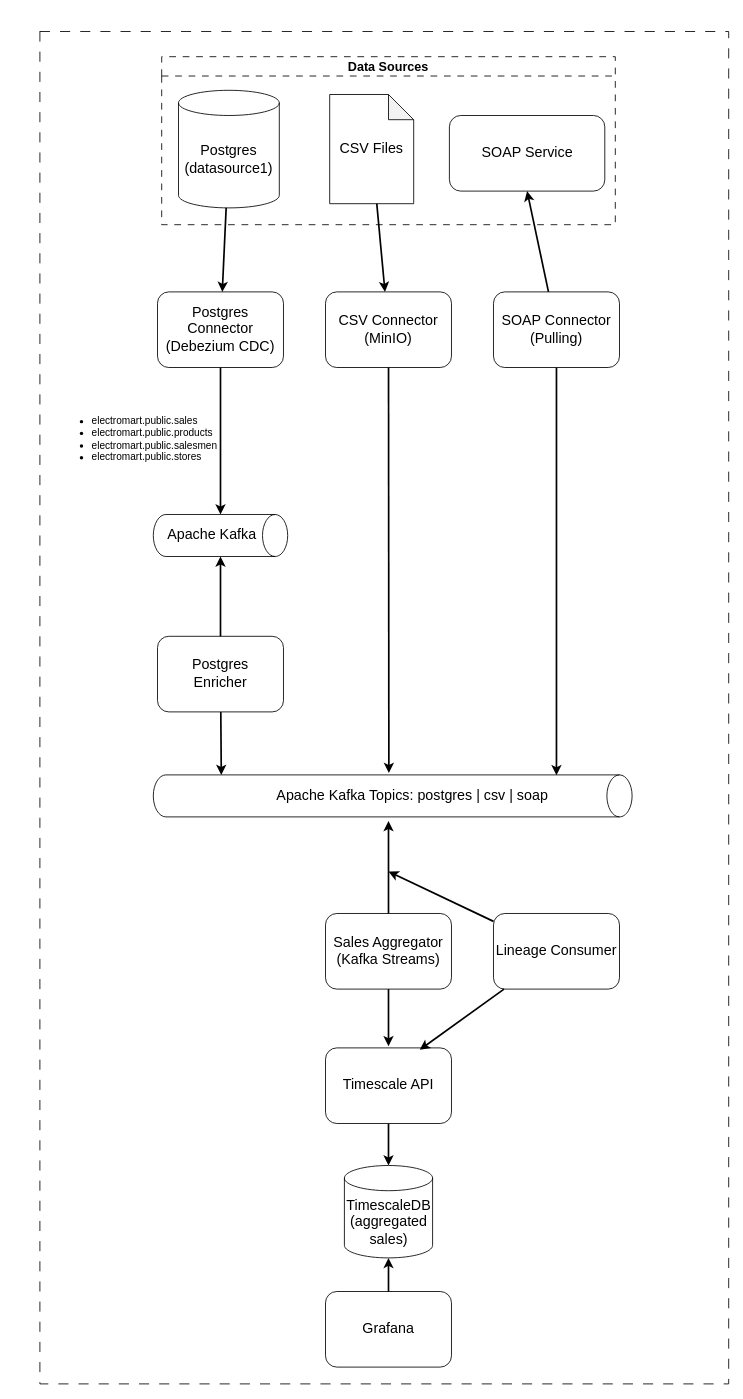
Earlier version of the draw.io diagram data/salesman-kata-v2/diagrams/solutions.drawio (codegik/team-red). Source tidied: cells renumbered, new cells numbered last; positions are measured from the earlier drawing's top-left corner, leaving out a move shared by most shapes. Both pictures are drawn from the tidied source at 84%, with x=0, y=0 at pixel (39, 31).
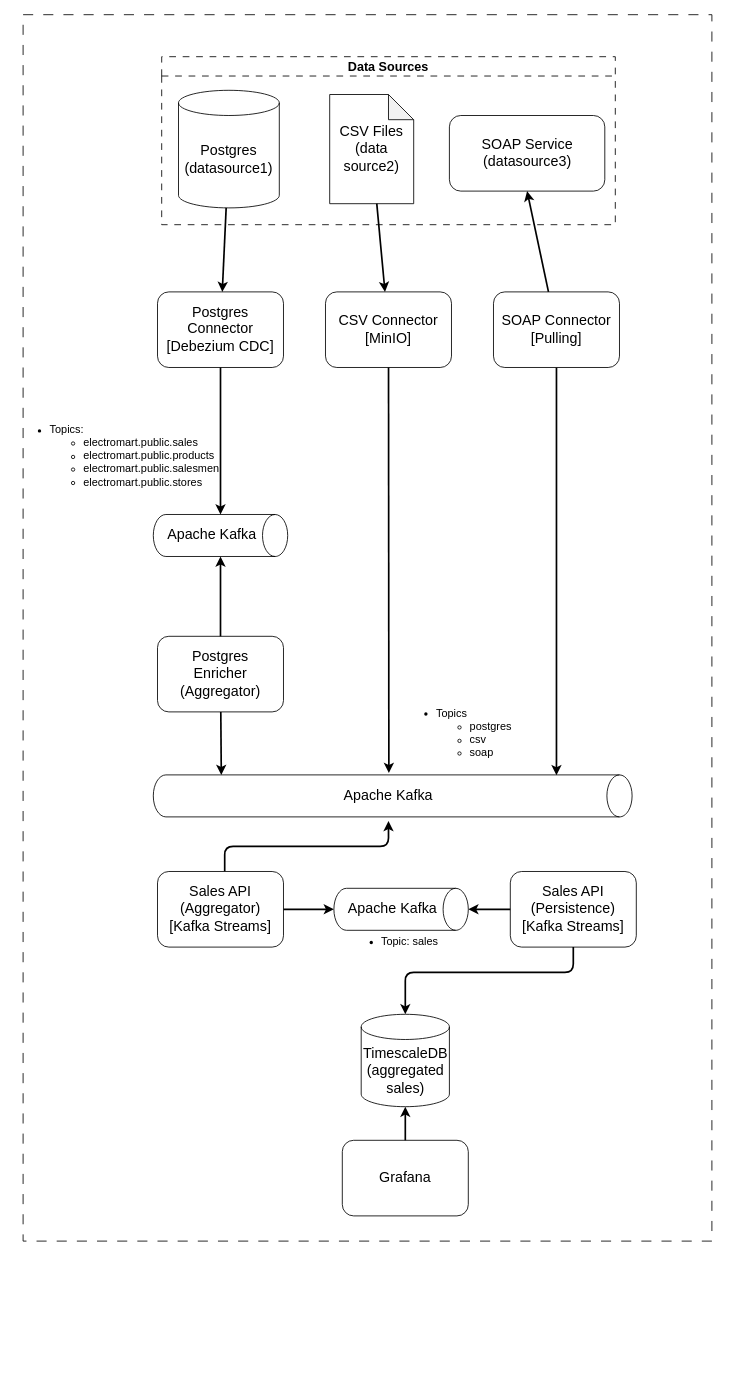
After the change.

Commit message (it also covers changes not shown here):
refact: refactor diagram

The change refers to these unchanged cells:
```xml
<mxCell id="3" value="&lt;font style=&quot;font-size: 15px;&quot;&gt;Data Sources&lt;/font&gt;" style="swimlane;whiteSpace=wrap;html=1;dashed=1;dashPattern=8 8;" parent="1" vertex="1">
  <mxGeometry x="145" y="30" width="540" height="200" as="geometry" />
</mxCell>
```

Change to the diagram source:
```diff
@@
     <mxCell id="2" style="rounded=0;whiteSpace=wrap;html=1;dashed=1;dashPattern=12 12;" parent="1" vertex="1">
-      <mxGeometry width="820" height="1610" as="geometry" />
+      <mxGeometry x="-20" y="-20" width="820" height="1460" as="geometry" />
     </mxCell>
@@
-    <mxCell id="5" value="&lt;font style=&quot;font-size: 17px;&quot;&gt;CSV Files&lt;/font&gt;" style="shape=note;whiteSpace=wrap;html=1;backgroundOutline=1;darkOpacity=0.05;" parent="3" vertex="1">
+    <mxCell id="5" value="&lt;font style=&quot;font-size: 17px;&quot;&gt;CSV Files&lt;/font&gt;&lt;div&gt;&lt;font style=&quot;font-size: 17px;&quot;&gt;(data&lt;br&gt;source2)&lt;/font&gt;&lt;/div&gt;" style="shape=note;whiteSpace=wrap;html=1;backgroundOutline=1;darkOpacity=0.05;" parent="3" vertex="1">
       <mxGeometry x="200" y="45" width="100" height="130" as="geometry" />
     </mxCell>
-    <mxCell id="6" value="&lt;font style=&quot;font-size: 17px;&quot;&gt;SOAP Service&lt;/font&gt;" style="rounded=1;whiteSpace=wrap;html=1;" parent="3" vertex="1">
+    <mxCell id="6" value="&lt;font style=&quot;font-size: 17px;&quot;&gt;SOAP Service&lt;/font&gt;&lt;div&gt;&lt;font style=&quot;font-size: 17px;&quot;&gt;(datasource3)&lt;/font&gt;&lt;/div&gt;" style="rounded=1;whiteSpace=wrap;html=1;" parent="3" vertex="1">
       <mxGeometry x="342.5" y="70" width="185" height="90" as="geometry" />
     </mxCell>
-    <mxCell id="7" value="&lt;font style=&quot;font-size: 17px;&quot;&gt;Postgres Connector&lt;/font&gt;&lt;div&gt;&lt;font style=&quot;font-size: 17px;&quot;&gt;(Debezium CDC)&lt;/font&gt;&lt;/div&gt;" style="rounded=1;whiteSpace=wrap;html=1;" parent="1" vertex="1">
+    <mxCell id="7" value="&lt;font style=&quot;font-size: 17px;&quot;&gt;Postgres Connector&lt;/font&gt;&lt;div&gt;&lt;font style=&quot;font-size: 17px;&quot;&gt;[Debezium CDC]&lt;/font&gt;&lt;/div&gt;" style="rounded=1;whiteSpace=wrap;html=1;" parent="1" vertex="1">
       <mxGeometry x="140" y="310" width="150" height="90" as="geometry" />
     </mxCell>
-    <mxCell id="8" value="&lt;font style=&quot;font-size: 17px;&quot;&gt;Postgres&lt;/font&gt;&lt;div&gt;&lt;font style=&quot;font-size: 17px;&quot;&gt;Enricher&lt;/font&gt;&lt;/div&gt;" style="rounded=1;whiteSpace=wrap;html=1;" parent="1" vertex="1">
+    <mxCell id="8" value="&lt;font style=&quot;font-size: 17px;&quot;&gt;Postgres&lt;/font&gt;&lt;div&gt;&lt;font style=&quot;font-size: 17px;&quot;&gt;Enricher&lt;/font&gt;&lt;/div&gt;&lt;div&gt;&lt;font style=&quot;font-size: 17px;&quot;&gt;(Aggregator)&lt;/font&gt;&lt;/div&gt;" style="rounded=1;whiteSpace=wrap;html=1;" parent="1" vertex="1">
       <mxGeometry x="140" y="720" width="150" height="90" as="geometry" />
     </mxCell>
-    <mxCell id="9" value="&lt;font style=&quot;font-size: 17px;&quot;&gt;CSV Connector&lt;/font&gt;&lt;div&gt;&lt;font style=&quot;font-size: 17px;&quot;&gt;(MinIO)&lt;/font&gt;&lt;/div&gt;" style="rounded=1;whiteSpace=wrap;html=1;" parent="1" vertex="1">
+    <mxCell id="9" value="&lt;font style=&quot;font-size: 17px;&quot;&gt;CSV Connector&lt;/font&gt;&lt;div&gt;&lt;font style=&quot;font-size: 17px;&quot;&gt;[MinIO]&lt;/font&gt;&lt;/div&gt;" style="rounded=1;whiteSpace=wrap;html=1;" parent="1" vertex="1">
       <mxGeometry x="340" y="310" width="150" height="90" as="geometry" />
     </mxCell>
@@
-    <mxCell id="12" value="&lt;span style=&quot;font-size: 17px;&quot;&gt;SOAP Connector&lt;/span&gt;&lt;div&gt;&lt;span style=&quot;font-size: 17px;&quot;&gt;(Pulling)&lt;/span&gt;&lt;/div&gt;" style="rounded=1;whiteSpace=wrap;html=1;" parent="1" vertex="1">
+    <mxCell id="12" value="&lt;span style=&quot;font-size: 17px;&quot;&gt;SOAP Connector&lt;/span&gt;&lt;div&gt;&lt;span style=&quot;font-size: 17px;&quot;&gt;[Pulling]&lt;/span&gt;&lt;/div&gt;" style="rounded=1;whiteSpace=wrap;html=1;" parent="1" vertex="1">
       <mxGeometry x="540" y="310" width="150" height="90" as="geometry" />
     </mxCell>
@@
-    <mxCell id="16" value="&lt;font style=&quot;font-size: 17px;&quot;&gt;Apache Kafka Topics: postgres | csv | soap&lt;/font&gt;" style="text;html=1;align=left;verticalAlign=middle;whiteSpace=wrap;rounded=0;" parent="1" vertex="1">
-      <mxGeometry x="280" y="895" width="340" height="30" as="geometry" />
+    <mxCell id="16" value="&lt;font style=&quot;font-size: 17px;&quot;&gt;Apache Kafka&lt;/font&gt;" style="text;html=1;align=left;verticalAlign=middle;whiteSpace=wrap;rounded=0;" parent="1" vertex="1">
+      <mxGeometry x="360" y="895" width="130" height="30" as="geometry" />
     </mxCell>
@@
-    <mxCell id="23" style="edgeStyle=none;html=1;strokeWidth=2;" parent="1" edge="1" source="24">
+    <mxCell id="23" style="edgeStyle=orthogonalEdgeStyle;html=1;strokeWidth=2;" parent="1" edge="1" source="24">
       <mxGeometry relative="1" as="geometry">
         <mxPoint x="415" y="940" as="targetPoint" />
+        <Array as="points">
+          <mxPoint x="220" y="970" />
+          <mxPoint x="415" y="970" />
+        </Array>
       </mxGeometry>
     </mxCell>
-    <mxCell id="24" value="&lt;span style=&quot;font-size: 17px;&quot;&gt;Sales Aggregator&lt;/span&gt;&lt;div&gt;&lt;span style=&quot;font-size: 17px;&quot;&gt;(Kafka Streams)&lt;/span&gt;&lt;/div&gt;" style="rounded=1;whiteSpace=wrap;html=1;" parent="1" vertex="1">
-      <mxGeometry x="340" y="1050" width="150" height="90" as="geometry" />
+    <mxCell id="24" value="&lt;span style=&quot;font-size: 17px;&quot;&gt;Sales API&lt;/span&gt;&lt;div&gt;&lt;span style=&quot;font-size: 17px;&quot;&gt;(Aggregator)&lt;/span&gt;&lt;/div&gt;&lt;div&gt;&lt;span style=&quot;font-size: 17px;&quot;&gt;[Kafka Streams]&lt;/span&gt;&lt;/div&gt;" style="rounded=1;whiteSpace=wrap;html=1;" parent="1" vertex="1">
+      <mxGeometry x="140" y="1000" width="150" height="90" as="geometry" />
     </mxCell>
-    <mxCell id="25" value="&lt;ul&gt;&lt;li&gt;&lt;font style=&quot;color: rgb(0, 0, 0);&quot;&gt;electromart.public.sales&lt;/font&gt;&lt;/li&gt;&lt;li&gt;&lt;font style=&quot;color: rgb(0, 0, 0);&quot;&gt;electromart.public.products&lt;/font&gt;&lt;/li&gt;&lt;li&gt;&lt;font style=&quot;color: rgb(0, 0, 0);&quot;&gt;electromart.public.salesmen&lt;/font&gt;&lt;/li&gt;&lt;li&gt;&lt;font style=&quot;color: rgb(0, 0, 0);&quot;&gt;electromart.public.stores&lt;/font&gt;&lt;/li&gt;&lt;/ul&gt;" style="text;html=1;align=left;verticalAlign=middle;whiteSpace=wrap;rounded=0;" parent="1" vertex="1">
-      <mxGeometry x="20" y="450" width="210" height="70" as="geometry" />
+    <mxCell id="25" value="&lt;ul&gt;&lt;li&gt;&lt;font style=&quot;font-size: 13px; color: rgb(0, 0, 0);&quot;&gt;Topics:&lt;/font&gt;&lt;/li&gt;&lt;ul&gt;&lt;li&gt;&lt;span style=&quot;background-color: transparent;&quot;&gt;&lt;font style=&quot;font-size: 13px; color: rgb(0, 0, 0);&quot;&gt;electromart.public.sales&lt;/font&gt;&lt;/span&gt;&lt;/li&gt;&lt;li&gt;&lt;font style=&quot;font-size: 13px; color: rgb(0, 0, 0);&quot;&gt;electromart.public.products&lt;/font&gt;&lt;/li&gt;&lt;li&gt;&lt;font style=&quot;font-size: 13px; color: rgb(0, 0, 0);&quot;&gt;electromart.public.salesmen&lt;/font&gt;&lt;/li&gt;&lt;li&gt;&lt;font style=&quot;font-size: 13px; color: rgb(0, 0, 0);&quot;&gt;electromart.public.stores&lt;/font&gt;&lt;/li&gt;&lt;/ul&gt;&lt;/ul&gt;" style="text;html=1;align=left;verticalAlign=middle;whiteSpace=wrap;rounded=0;" parent="1" vertex="1">
+      <mxGeometry x="-30" y="470" width="210" height="70" as="geometry" />
     </mxCell>
     <mxCell id="26" value="&lt;font style=&quot;font-size: 17px;&quot;&gt;TimescaleDB&lt;/font&gt;&lt;div&gt;&lt;font style=&quot;font-size: 17px;&quot;&gt;(aggregated sales)&lt;/font&gt;&lt;/div&gt;" style="shape=cylinder3;whiteSpace=wrap;html=1;boundedLbl=1;backgroundOutline=1;size=15;" parent="1" vertex="1">
-      <mxGeometry x="362.5" y="1350" width="105" height="110" as="geometry" />
+      <mxGeometry x="382.5" y="1170" width="105" height="110" as="geometry" />
     </mxCell>
     <mxCell id="27" value="&lt;span style=&quot;font-size: 17px;&quot;&gt;Grafana&lt;/span&gt;" style="rounded=1;whiteSpace=wrap;html=1;" parent="1" vertex="1">
-      <mxGeometry x="340" y="1500" width="150" height="90" as="geometry" />
+      <mxGeometry x="360" y="1320" width="150" height="90" as="geometry" />
     </mxCell>
@@
-    <mxCell id="29" style="edgeStyle=none;html=1;entryX=0.5;entryY=0;entryDx=0;entryDy=0;entryPerimeter=0;strokeWidth=2;" parent="1" edge="1" source="30" target="26">
-      <mxGeometry relative="1" as="geometry" />
-    </mxCell>
-    <mxCell id="30" value="&lt;span style=&quot;font-size: 17px;&quot;&gt;Timescale API&lt;/span&gt;" style="rounded=1;whiteSpace=wrap;html=1;" parent="1" vertex="1">
-      <mxGeometry x="340" y="1210" width="150" height="90" as="geometry" />
-    </mxCell>
-    <mxCell id="31" value="&lt;span style=&quot;font-size: 17px;&quot;&gt;Lineage Consumer&lt;/span&gt;" style="rounded=1;whiteSpace=wrap;html=1;" parent="1" vertex="1">
-      <mxGeometry x="540" y="1050" width="150" height="90" as="geometry" />
-    </mxCell>
-    <mxCell id="32" style="edgeStyle=none;html=1;strokeWidth=2;" parent="1" edge="1" source="31">
-      <mxGeometry relative="1" as="geometry">
-        <mxPoint x="415" y="1000" as="targetPoint" />
-      </mxGeometry>
-    </mxCell>
-    <mxCell id="33" style="edgeStyle=none;html=1;strokeWidth=2;" parent="1" edge="1" source="24">
-      <mxGeometry relative="1" as="geometry">
-        <mxPoint x="415" y="1208" as="targetPoint" />
-      </mxGeometry>
-    </mxCell>
-    <mxCell id="34" style="edgeStyle=none;html=1;entryX=0.748;entryY=0.025;entryDx=0;entryDy=0;entryPerimeter=0;strokeWidth=2;" parent="1" edge="1" source="31" target="30">
-      <mxGeometry relative="1" as="geometry" />
-    </mxCell>
+    <mxCell id="35" value="&lt;ul&gt;&lt;li&gt;&lt;font style=&quot;font-size: 13px; color: rgb(0, 0, 0);&quot;&gt;Topics&lt;/font&gt;&lt;/li&gt;&lt;ul&gt;&lt;li&gt;&lt;font style=&quot;font-size: 13px; color: rgb(0, 0, 0);&quot;&gt;postgres&lt;/font&gt;&lt;/li&gt;&lt;li&gt;&lt;font style=&quot;font-size: 13px; color: rgb(0, 0, 0);&quot;&gt;csv&lt;/font&gt;&lt;/li&gt;&lt;li&gt;&lt;font style=&quot;font-size: 13px; color: rgb(0, 0, 0);&quot;&gt;soap&lt;/font&gt;&lt;/li&gt;&lt;/ul&gt;&lt;/ul&gt;" style="text;html=1;align=left;verticalAlign=middle;strokeColor=none;fillColor=none;" parent="1" vertex="1">
+      <mxGeometry x="430" y="775" width="150" height="120" as="geometry" />
+    </mxCell>
+    <mxCell id="36" style="shape=cylinder3;whiteSpace=wrap;html=1;boundedLbl=1;backgroundOutline=1;size=15;rotation=90;" parent="1" vertex="1">
+      <mxGeometry x="405" y="965" width="50" height="160" as="geometry" />
+    </mxCell>
+    <mxCell id="37" value="&lt;font style=&quot;font-size: 17px;&quot;&gt;Apache Kafka&lt;/font&gt;" style="text;html=1;align=center;verticalAlign=middle;whiteSpace=wrap;rounded=0;" parent="1" vertex="1">
+      <mxGeometry x="365" y="1030" width="110" height="30" as="geometry" />
+    </mxCell>
+    <mxCell id="38" style="edgeStyle=none;html=1;entryX=0.5;entryY=1;entryDx=0;entryDy=0;entryPerimeter=0;strokeWidth=2;" parent="1" edge="1" source="24" target="36">
+      <mxGeometry relative="1" as="geometry" />
+    </mxCell>
+    <mxCell id="39" value="&lt;ul&gt;&lt;li&gt;&lt;font style=&quot;font-size: 13px;&quot;&gt;Topic: sales&lt;/font&gt;&lt;/li&gt;&lt;/ul&gt;" style="text;html=1;align=center;verticalAlign=middle;strokeColor=none;fillColor=none;" parent="1" vertex="1">
+      <mxGeometry x="355" y="1053" width="130" height="60" as="geometry" />
+    </mxCell>
+    <mxCell id="40" value="&lt;span style=&quot;font-size: 17px;&quot;&gt;Sales API&lt;/span&gt;&lt;div&gt;&lt;span style=&quot;font-size: 17px;&quot;&gt;(Persistence)&lt;/span&gt;&lt;/div&gt;&lt;div&gt;&lt;span style=&quot;font-size: 17px;&quot;&gt;[Kafka Streams]&lt;/span&gt;&lt;/div&gt;" style="rounded=1;whiteSpace=wrap;html=1;" parent="1" vertex="1">
+      <mxGeometry x="560" y="1000" width="150" height="90" as="geometry" />
+    </mxCell>
+    <mxCell id="41" style="edgeStyle=none;html=1;entryX=0.5;entryY=0;entryDx=0;entryDy=0;entryPerimeter=0;strokeWidth=2;" parent="1" edge="1" source="40" target="36">
+      <mxGeometry relative="1" as="geometry" />
+    </mxCell>
+    <mxCell id="42" style="edgeStyle=orthogonalEdgeStyle;html=1;entryX=0.5;entryY=0;entryDx=0;entryDy=0;entryPerimeter=0;strokeWidth=2;" parent="1" edge="1" source="40" target="26">
+      <mxGeometry relative="1" as="geometry">
+        <Array as="points">
+          <mxPoint x="635" y="1120" />
+          <mxPoint x="435" y="1120" />
+        </Array>
+      </mxGeometry>
+    </mxCell>
```
